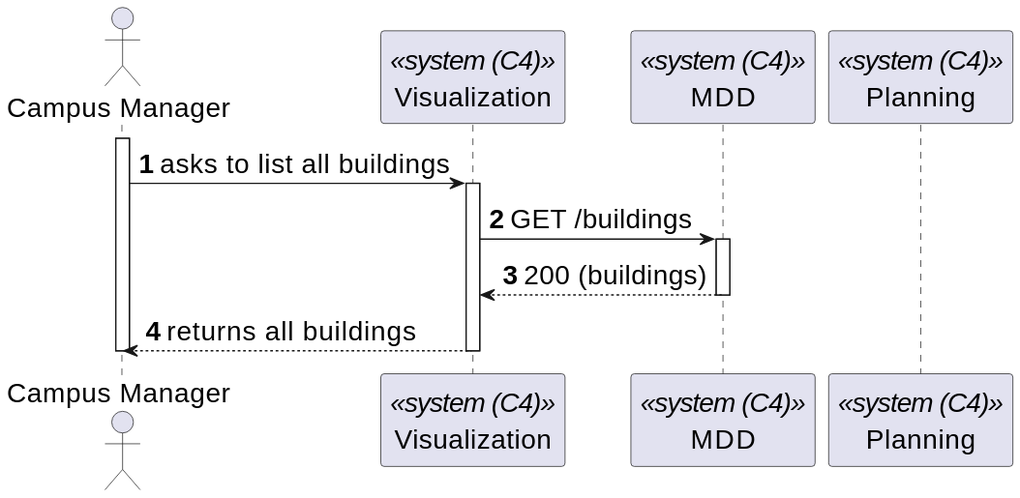
Earlier version of the PlantUML export _wiki/sprint-b/us-1040/views/level-2/assets/process-view.svg (miseEnPlace-dev/lapr5).
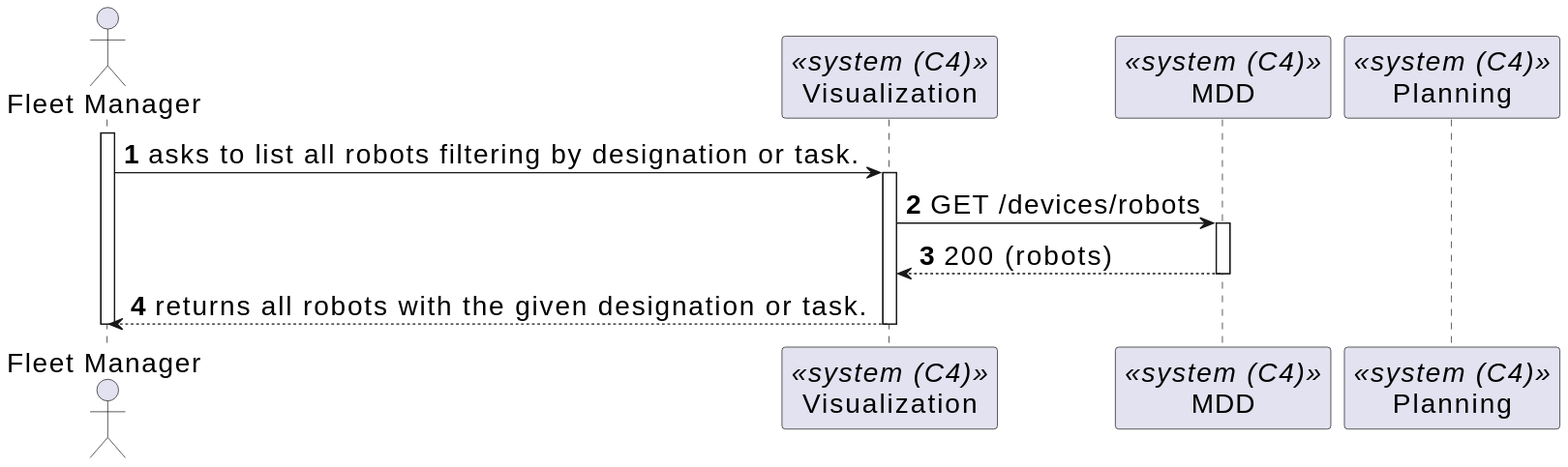
After the commit.

What changed in the source:
```diff
@@ -1,26 +1,24 @@
 @startuml
 skinparamlocked defaultFontSize 20
 autonumber
-
-actor CM as "Campus Manager"
+actor FM as "Fleet Manager"
 participant UI as "Visualization" <<system (C4)>>
 participant MDD as "MDD" <<system (C4)>>
 participant P as "Planning" <<system (C4)>>
 
+activate FM
 
-activate CM
-
-CM -> UI : asks to list all buildings
+FM -> UI : asks to list all robots filtering by designation or task.
 activate UI
 
-UI -> MDD : GET /buildings
+UI -> MDD : GET /devices/robots
 activate MDD
-MDD --> UI : 200 (buildings)
+MDD --> UI : 200 (robots)
 deactivate MDD
 
-CM <-- UI : returns all buildings
+FM <-- UI : returns all robots with the given designation or task.
 deactivate UI
 
 
-deactivate CM
+deactivate FM
 @enduml
```
